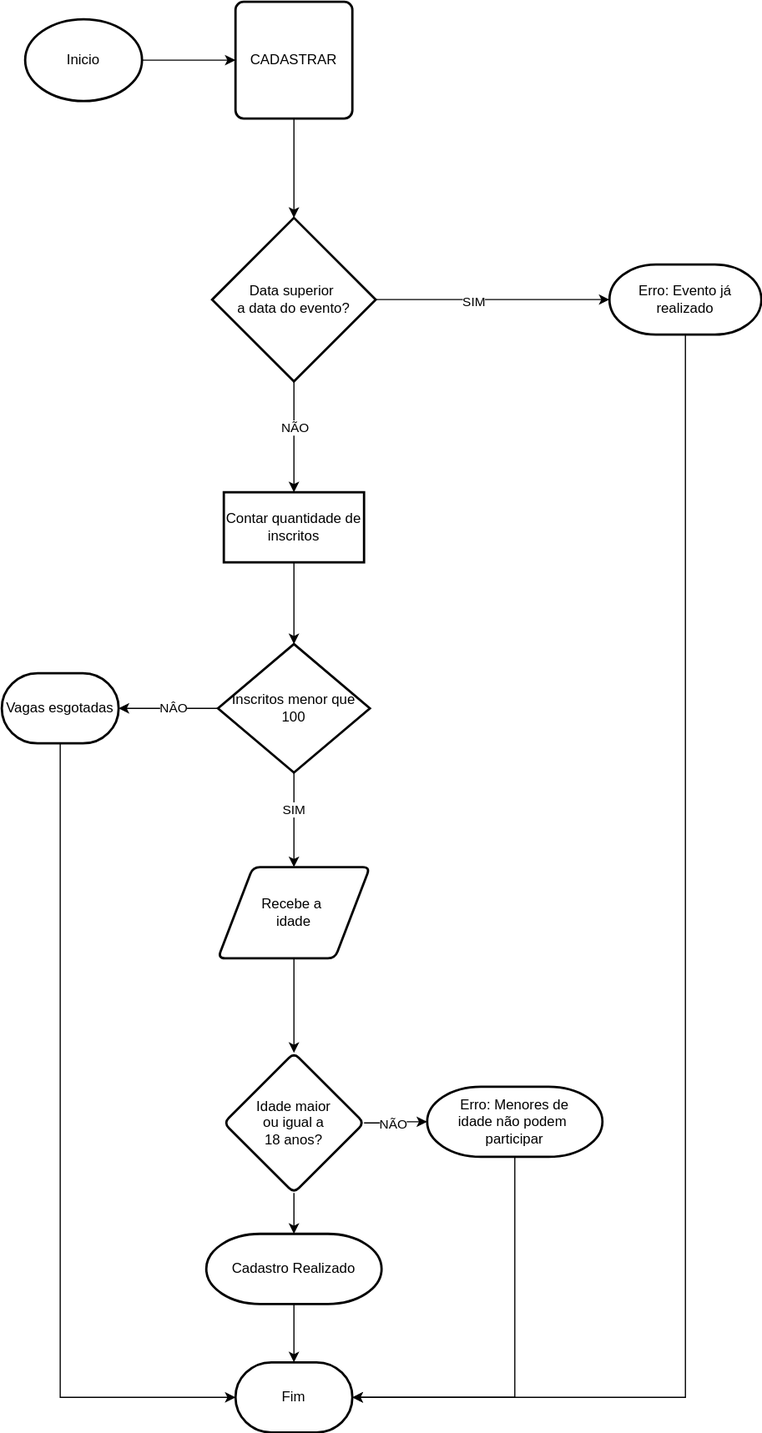
This is ATIVIDADE-ENCONTRO/Cadastro de Eventos.drawio.svg from orionwork/RESOLUCAO-PROBLEMA, a draw.io export, as it was before one commit. Source tidied: cells renumbered, new cells last; positions are measured from the earlier drawing's top-left corner, leaving out a move shared by most shapes.
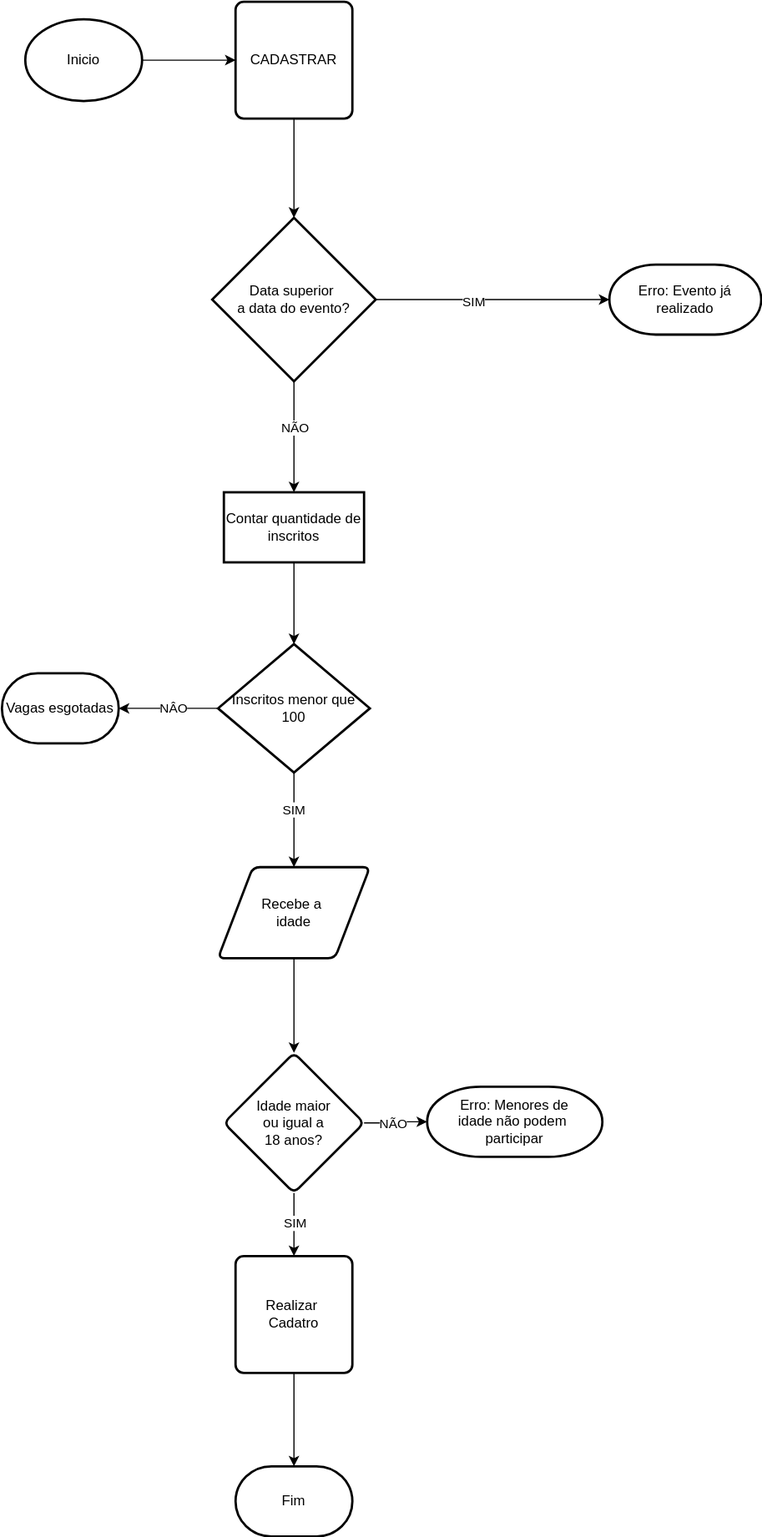
The same file after the commit.

The edit, as a diff of the source:
```diff
@@ -29,13 +29,6 @@
     <mxCell id="10" value="CADASTRAR" style="rounded=1;whiteSpace=wrap;html=1;absoluteArcSize=1;arcSize=14;strokeWidth=2;" parent="1" vertex="1">
       <mxGeometry x="200" width="100" height="100" as="geometry" />
     </mxCell>
-    <mxCell id="11" style="edgeStyle=orthogonalEdgeStyle;rounded=0;jettySize=auto;html=1;entryX=1;entryY=0.5;entryDx=0;entryDy=0;entryPerimeter=0;" parent="1" edge="1" source="12" target="30">
-      <mxGeometry relative="1" as="geometry">
-        <Array as="points">
-          <mxPoint x="585" y="1195" />
-        </Array>
-      </mxGeometry>
-    </mxCell>
     <mxCell id="12" value="Erro: Evento já realizado" style="strokeWidth=2;html=1;shape=mxgraph.flowchart.terminator;whiteSpace=wrap;" parent="1" vertex="1">
       <mxGeometry x="520" y="225" width="130" height="60" as="geometry" />
     </mxCell>
@@ -51,19 +44,15 @@
     <mxCell id="16" value="NÃO" style="edgeLabel;html=1;align=center;verticalAlign=middle;" parent="15" vertex="1">
       <mxGeometry x="-0.12" relative="1" as="geometry" />
     </mxCell>
-    <mxCell id="17" style="edgeStyle=orthogonalEdgeStyle;rounded=0;jettySize=auto;html=1;" parent="1" edge="1" source="18" target="32">
-      <mxGeometry relative="1" as="geometry" />
-    </mxCell>
+    <mxCell id="33" style="edgeStyle=orthogonalEdgeStyle;rounded=0;jettySize=auto;html=1;" parent="1" edge="1" source="18" target="36">
+      <mxGeometry relative="1" as="geometry" />
+    </mxCell>
+    <mxCell id="34" value="SIM" style="edgeLabel;html=1;align=center;verticalAlign=middle;" parent="33" vertex="1">
+      <mxGeometry x="-0.08" relative="1" as="geometry" />
+    </mxCell>
     <mxCell id="18" value="Idade maior &lt;br&gt;ou igual a &lt;br&gt;18 anos?" style="rhombus;whiteSpace=wrap;html=1;rounded=1;strokeWidth=2;arcSize=12;" parent="1" vertex="1">
       <mxGeometry x="190" y="900" width="120" height="120" as="geometry" />
     </mxCell>
-    <mxCell id="19" style="edgeStyle=orthogonalEdgeStyle;rounded=0;jettySize=auto;html=1;entryX=1;entryY=0.5;entryDx=0;entryDy=0;entryPerimeter=0;" parent="1" edge="1" source="20" target="30">
-      <mxGeometry relative="1" as="geometry">
-        <Array as="points">
-          <mxPoint x="439" y="1195" />
-        </Array>
-      </mxGeometry>
-    </mxCell>
     <mxCell id="20" value="Erro: Menores de &lt;br&gt;idade não podem&amp;nbsp;&lt;br&gt;participar" style="strokeWidth=2;html=1;shape=mxgraph.flowchart.terminator;whiteSpace=wrap;" parent="1" vertex="1">
       <mxGeometry x="364" y="929" width="150" height="60" as="geometry" />
     </mxCell>
@@ -88,24 +77,17 @@
     <mxCell id="27" value="Inscritos menor que 100" style="rhombus;whiteSpace=wrap;html=1;strokeWidth=2;" parent="1" vertex="1">
       <mxGeometry x="185" y="550" width="130" height="110" as="geometry" />
     </mxCell>
-    <mxCell id="28" style="edgeStyle=orthogonalEdgeStyle;rounded=0;jettySize=auto;html=1;entryX=0;entryY=0.5;entryDx=0;entryDy=0;entryPerimeter=0;" parent="1" edge="1" source="29" target="30">
-      <mxGeometry relative="1" as="geometry">
-        <Array as="points">
-          <mxPoint x="50" y="1195" />
-        </Array>
-      </mxGeometry>
-    </mxCell>
     <mxCell id="29" value="Vagas esgotadas" style="strokeWidth=2;html=1;shape=mxgraph.flowchart.terminator;whiteSpace=wrap;" parent="1" vertex="1">
       <mxGeometry y="575" width="100" height="60" as="geometry" />
     </mxCell>
     <mxCell id="30" value="Fim" style="strokeWidth=2;html=1;shape=mxgraph.flowchart.terminator;whiteSpace=wrap;" parent="1" vertex="1">
-      <mxGeometry x="200" y="1165" width="100" height="60" as="geometry" />
+      <mxGeometry x="200" y="1254" width="100" height="60" as="geometry" />
     </mxCell>
-    <mxCell id="31" style="edgeStyle=orthogonalEdgeStyle;rounded=0;jettySize=auto;html=1;" parent="1" edge="1" source="32" target="30">
-      <mxGeometry relative="1" as="geometry" />
-    </mxCell>
-    <mxCell id="32" value="Cadastro Realizado" style="strokeWidth=2;html=1;shape=mxgraph.flowchart.terminator;whiteSpace=wrap;" parent="1" vertex="1">
-      <mxGeometry x="175" y="1055" width="150" height="60" as="geometry" />
-    </mxCell>
+    <mxCell id="35" style="edgeStyle=orthogonalEdgeStyle;rounded=0;jettySize=auto;html=1;" parent="1" edge="1" source="36" target="30">
+      <mxGeometry relative="1" as="geometry" />
+    </mxCell>
+    <mxCell id="36" value="Realizar&amp;nbsp;&lt;br&gt;Cadatro" style="rounded=1;whiteSpace=wrap;html=1;absoluteArcSize=1;arcSize=14;strokeWidth=2;" parent="1" vertex="1">
+      <mxGeometry x="200" y="1074" width="100" height="100" as="geometry" />
+    </mxCell>
   </root>
 </mxGraphModel>
```
